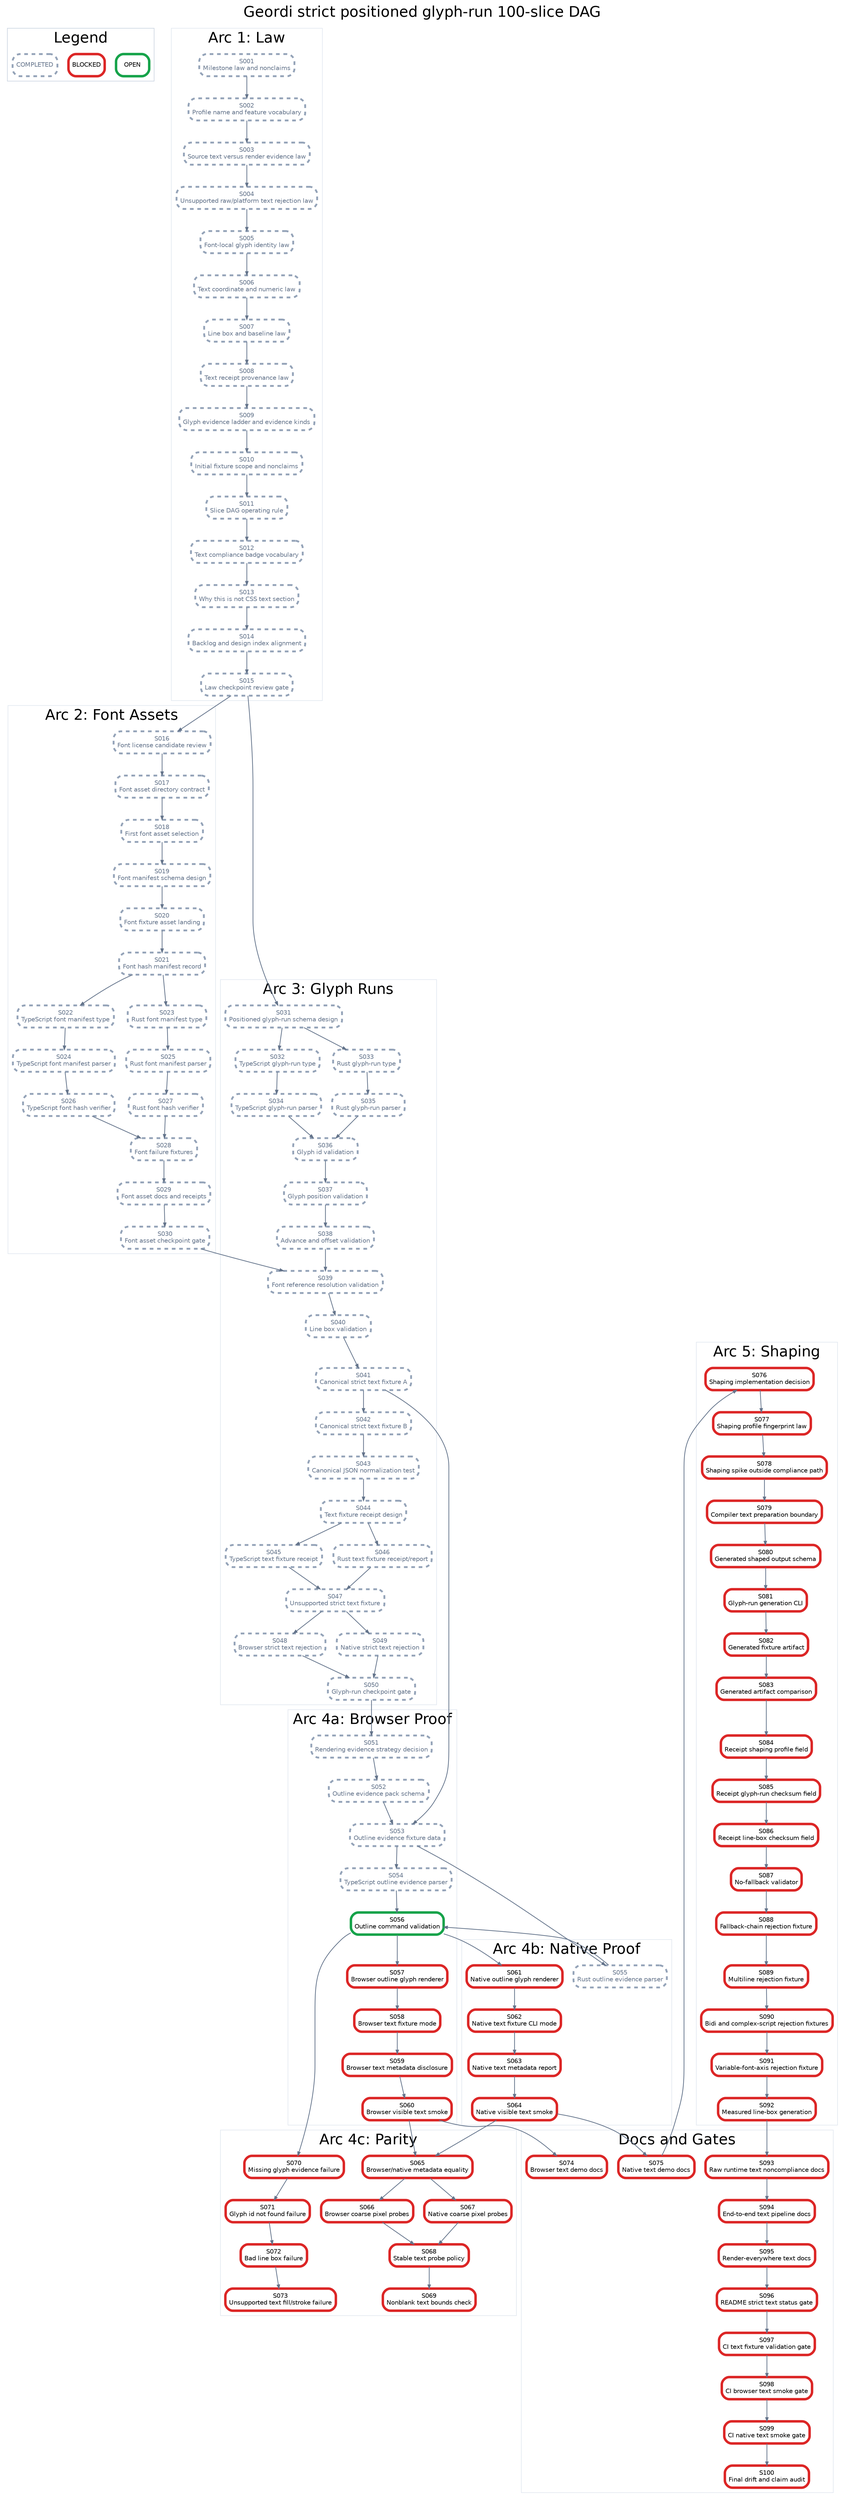
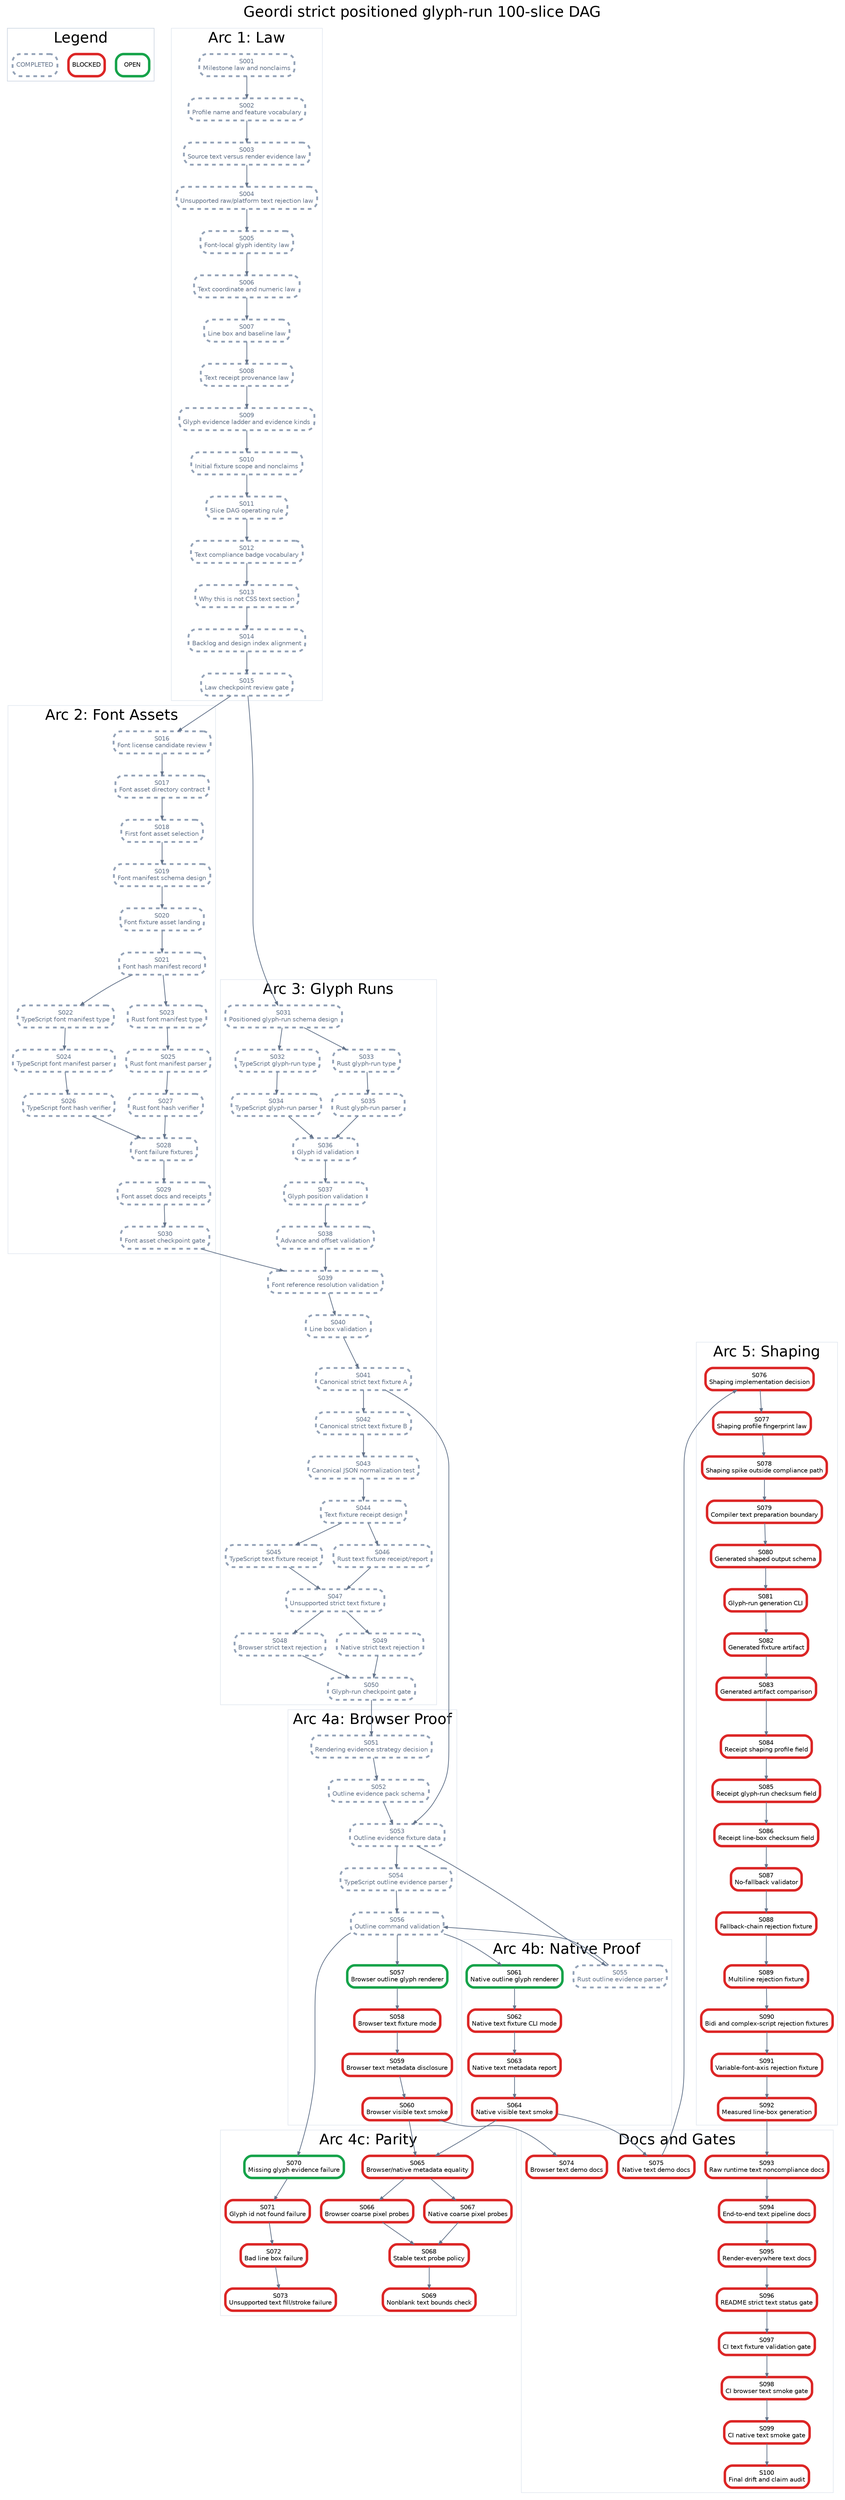
digraph StrictPositionedGlyphRunPlan {
  graph [rankdir=TB, bgcolor="white", fontname="Helvetica", label="Geordi strict positioned glyph-run 100-slice DAG", labelloc="t", fontsize=24];
  node [shape=box, style="rounded,filled", fillcolor="white", fontname="Helvetica", fontsize=10, margin="0.08,0.05"];
  edge [color="#64748b", arrowsize=0.6, penwidth=1.2];

  subgraph cluster_legend {
    label="Legend";
    color="#cbd5e1";
    legend_open [label="OPEN", color="#16a34a", penwidth=4];
    legend_blocked [label="BLOCKED", color="#dc2626", penwidth=4];
    legend_done [label="COMPLETED", color="#94a3b8", penwidth=3, style="rounded,filled,dashed", fontcolor="#64748b"];
  }

  subgraph cluster_law {
    label="Arc 1: Law";
    color="#e2e8f0";
    S001 [label="S001\nMilestone law and nonclaims", color="#94a3b8", penwidth=3, style="rounded,filled,dashed", fontcolor="#64748b"];
    S002 [label="S002\nProfile name and feature vocabulary", color="#94a3b8", penwidth=3, style="rounded,filled,dashed", fontcolor="#64748b"];
    S003 [label="S003\nSource text versus render evidence law", color="#94a3b8", penwidth=3, style="rounded,filled,dashed", fontcolor="#64748b"];
    S004 [label="S004\nUnsupported raw/platform text rejection law", color="#94a3b8", penwidth=3, style="rounded,filled,dashed", fontcolor="#64748b"];
    S005 [label="S005\nFont-local glyph identity law", color="#94a3b8", penwidth=3, style="rounded,filled,dashed", fontcolor="#64748b"];
    S006 [label="S006\nText coordinate and numeric law", color="#94a3b8", penwidth=3, style="rounded,filled,dashed", fontcolor="#64748b"];
    S007 [label="S007\nLine box and baseline law", color="#94a3b8", penwidth=3, style="rounded,filled,dashed", fontcolor="#64748b"];
    S008 [label="S008\nText receipt provenance law", color="#94a3b8", penwidth=3, style="rounded,filled,dashed", fontcolor="#64748b"];
    S009 [label="S009\nGlyph evidence ladder and evidence kinds", color="#94a3b8", penwidth=3, style="rounded,filled,dashed", fontcolor="#64748b"];
    S010 [label="S010\nInitial fixture scope and nonclaims", color="#94a3b8", penwidth=3, style="rounded,filled,dashed", fontcolor="#64748b"];
    S011 [label="S011\nSlice DAG operating rule", color="#94a3b8", penwidth=3, style="rounded,filled,dashed", fontcolor="#64748b"];
    S012 [label="S012\nText compliance badge vocabulary", color="#94a3b8", penwidth=3, style="rounded,filled,dashed", fontcolor="#64748b"];
    S013 [label="S013\nWhy this is not CSS text section", color="#94a3b8", penwidth=3, style="rounded,filled,dashed", fontcolor="#64748b"];
    S014 [label="S014\nBacklog and design index alignment", color="#94a3b8", penwidth=3, style="rounded,filled,dashed", fontcolor="#64748b"];
    S015 [label="S015\nLaw checkpoint review gate", color="#94a3b8", penwidth=3, style="rounded,filled,dashed", fontcolor="#64748b"];
  }

  subgraph cluster_assets {
    label="Arc 2: Font Assets";
    color="#e2e8f0";
    S016 [label="S016\nFont license candidate review", color="#94a3b8", penwidth=3, style="rounded,filled,dashed", fontcolor="#64748b"];
    S017 [label="S017\nFont asset directory contract", color="#94a3b8", penwidth=3, style="rounded,filled,dashed", fontcolor="#64748b"];
    S018 [label="S018\nFirst font asset selection", color="#94a3b8", penwidth=3, style="rounded,filled,dashed", fontcolor="#64748b"];
    S019 [label="S019\nFont manifest schema design", color="#94a3b8", penwidth=3, style="rounded,filled,dashed", fontcolor="#64748b"];
    S020 [label="S020\nFont fixture asset landing", color="#94a3b8", penwidth=3, style="rounded,filled,dashed", fontcolor="#64748b"];
    S021 [label="S021\nFont hash manifest record", color="#94a3b8", penwidth=3, style="rounded,filled,dashed", fontcolor="#64748b"];
    S022 [label="S022\nTypeScript font manifest type", color="#94a3b8", penwidth=3, style="rounded,filled,dashed", fontcolor="#64748b"];
    S023 [label="S023\nRust font manifest type", color="#94a3b8", penwidth=3, style="rounded,filled,dashed", fontcolor="#64748b"];
    S024 [label="S024\nTypeScript font manifest parser", color="#94a3b8", penwidth=3, style="rounded,filled,dashed", fontcolor="#64748b"];
    S025 [label="S025\nRust font manifest parser", color="#94a3b8", penwidth=3, style="rounded,filled,dashed", fontcolor="#64748b"];
    S026 [label="S026\nTypeScript font hash verifier", color="#94a3b8", penwidth=3, style="rounded,filled,dashed", fontcolor="#64748b"];
    S027 [label="S027\nRust font hash verifier", color="#94a3b8", penwidth=3, style="rounded,filled,dashed", fontcolor="#64748b"];
    S028 [label="S028\nFont failure fixtures", color="#94a3b8", penwidth=3, style="rounded,filled,dashed", fontcolor="#64748b"];
    S029 [label="S029\nFont asset docs and receipts", color="#94a3b8", penwidth=3, style="rounded,filled,dashed", fontcolor="#64748b"];
    S030 [label="S030\nFont asset checkpoint gate", color="#94a3b8", penwidth=3, style="rounded,filled,dashed", fontcolor="#64748b"];
  }

  subgraph cluster_glyph {
    label="Arc 3: Glyph Runs";
    color="#e2e8f0";
    S031 [label="S031\nPositioned glyph-run schema design", color="#94a3b8", penwidth=3, style="rounded,filled,dashed", fontcolor="#64748b"];
    S032 [label="S032\nTypeScript glyph-run type", color="#94a3b8", penwidth=3, style="rounded,filled,dashed", fontcolor="#64748b"];
    S033 [label="S033\nRust glyph-run type", color="#94a3b8", penwidth=3, style="rounded,filled,dashed", fontcolor="#64748b"];
    S034 [label="S034\nTypeScript glyph-run parser", color="#94a3b8", penwidth=3, style="rounded,filled,dashed", fontcolor="#64748b"];
    S035 [label="S035\nRust glyph-run parser", color="#94a3b8", penwidth=3, style="rounded,filled,dashed", fontcolor="#64748b"];
    S036 [label="S036\nGlyph id validation", color="#94a3b8", penwidth=3, style="rounded,filled,dashed", fontcolor="#64748b"];
    S037 [label="S037\nGlyph position validation", color="#94a3b8", penwidth=3, style="rounded,filled,dashed", fontcolor="#64748b"];
    S038 [label="S038\nAdvance and offset validation", color="#94a3b8", penwidth=3, style="rounded,filled,dashed", fontcolor="#64748b"];
    S039 [label="S039\nFont reference resolution validation", color="#94a3b8", penwidth=3, style="rounded,filled,dashed", fontcolor="#64748b"];
    S040 [label="S040\nLine box validation", color="#94a3b8", penwidth=3, style="rounded,filled,dashed", fontcolor="#64748b"];
    S041 [label="S041\nCanonical strict text fixture A", color="#94a3b8", penwidth=3, style="rounded,filled,dashed", fontcolor="#64748b"];
    S042 [label="S042\nCanonical strict text fixture B", color="#94a3b8", penwidth=3, style="rounded,filled,dashed", fontcolor="#64748b"];
    S043 [label="S043\nCanonical JSON normalization test", color="#94a3b8", penwidth=3, style="rounded,filled,dashed", fontcolor="#64748b"];
    S044 [label="S044\nText fixture receipt design", color="#94a3b8", penwidth=3, style="rounded,filled,dashed", fontcolor="#64748b"];
    S045 [label="S045\nTypeScript text fixture receipt", color="#94a3b8", penwidth=3, style="rounded,filled,dashed", fontcolor="#64748b"];
    S046 [label="S046\nRust text fixture receipt/report", color="#94a3b8", penwidth=3, style="rounded,filled,dashed", fontcolor="#64748b"];
    S047 [label="S047\nUnsupported strict text fixture", color="#94a3b8", penwidth=3, style="rounded,filled,dashed", fontcolor="#64748b"];
    S048 [label="S048\nBrowser strict text rejection", color="#94a3b8", penwidth=3, style="rounded,filled,dashed", fontcolor="#64748b"];
    S049 [label="S049\nNative strict text rejection", color="#94a3b8", penwidth=3, style="rounded,filled,dashed", fontcolor="#64748b"];
    S050 [label="S050\nGlyph-run checkpoint gate", color="#94a3b8", penwidth=3, style="rounded,filled,dashed", fontcolor="#64748b"];
  }

  subgraph cluster_browser {
    label="Arc 4a: Browser Proof";
    color="#e2e8f0";
    S051 [label="S051\nRendering evidence strategy decision", color="#94a3b8", penwidth=3, style="rounded,filled,dashed", fontcolor="#64748b"];
    S052 [label="S052\nOutline evidence pack schema", color="#94a3b8", penwidth=3, style="rounded,filled,dashed", fontcolor="#64748b"];
    S053 [label="S053\nOutline evidence fixture data", color="#94a3b8", penwidth=3, style="rounded,filled,dashed", fontcolor="#64748b"];
    S054 [label="S054\nTypeScript outline evidence parser", color="#94a3b8", penwidth=3, style="rounded,filled,dashed", fontcolor="#64748b"];
-     S056 [label="S056\nOutline command validation", color="#16a34a", penwidth=4];
-     S057 [label="S057\nBrowser outline glyph renderer", color="#dc2626", penwidth=4];
+     S056 [label="S056\nOutline command validation", color="#94a3b8", penwidth=3, style="rounded,filled,dashed", fontcolor="#64748b"];
+     S057 [label="S057\nBrowser outline glyph renderer", color="#16a34a", penwidth=4];
    S058 [label="S058\nBrowser text fixture mode", color="#dc2626", penwidth=4];
    S059 [label="S059\nBrowser text metadata disclosure", color="#dc2626", penwidth=4];
    S060 [label="S060\nBrowser visible text smoke", color="#dc2626", penwidth=4];
  }

  subgraph cluster_native {
    label="Arc 4b: Native Proof";
    color="#e2e8f0";
    S055 [label="S055\nRust outline evidence parser", color="#94a3b8", penwidth=3, style="rounded,filled,dashed", fontcolor="#64748b"];
-     S061 [label="S061\nNative outline glyph renderer", color="#dc2626", penwidth=4];
+     S061 [label="S061\nNative outline glyph renderer", color="#16a34a", penwidth=4];
    S062 [label="S062\nNative text fixture CLI mode", color="#dc2626", penwidth=4];
    S063 [label="S063\nNative text metadata report", color="#dc2626", penwidth=4];
    S064 [label="S064\nNative visible text smoke", color="#dc2626", penwidth=4];
  }

  subgraph cluster_parity {
    label="Arc 4c: Parity";
    color="#e2e8f0";
    S065 [label="S065\nBrowser/native metadata equality", color="#dc2626", penwidth=4];
    S066 [label="S066\nBrowser coarse pixel probes", color="#dc2626", penwidth=4];
    S067 [label="S067\nNative coarse pixel probes", color="#dc2626", penwidth=4];
    S068 [label="S068\nStable text probe policy", color="#dc2626", penwidth=4];
    S069 [label="S069\nNonblank text bounds check", color="#dc2626", penwidth=4];
-     S070 [label="S070\nMissing glyph evidence failure", color="#dc2626", penwidth=4];
+     S070 [label="S070\nMissing glyph evidence failure", color="#16a34a", penwidth=4];
    S071 [label="S071\nGlyph id not found failure", color="#dc2626", penwidth=4];
    S072 [label="S072\nBad line box failure", color="#dc2626", penwidth=4];
    S073 [label="S073\nUnsupported text fill/stroke failure", color="#dc2626", penwidth=4];
  }

  subgraph cluster_shaping {
    label="Arc 5: Shaping";
    color="#e2e8f0";
    S076 [label="S076\nShaping implementation decision", color="#dc2626", penwidth=4];
    S077 [label="S077\nShaping profile fingerprint law", color="#dc2626", penwidth=4];
    S078 [label="S078\nShaping spike outside compliance path", color="#dc2626", penwidth=4];
    S079 [label="S079\nCompiler text preparation boundary", color="#dc2626", penwidth=4];
    S080 [label="S080\nGenerated shaped output schema", color="#dc2626", penwidth=4];
    S081 [label="S081\nGlyph-run generation CLI", color="#dc2626", penwidth=4];
    S082 [label="S082\nGenerated fixture artifact", color="#dc2626", penwidth=4];
    S083 [label="S083\nGenerated artifact comparison", color="#dc2626", penwidth=4];
    S084 [label="S084\nReceipt shaping profile field", color="#dc2626", penwidth=4];
    S085 [label="S085\nReceipt glyph-run checksum field", color="#dc2626", penwidth=4];
    S086 [label="S086\nReceipt line-box checksum field", color="#dc2626", penwidth=4];
    S087 [label="S087\nNo-fallback validator", color="#dc2626", penwidth=4];
    S088 [label="S088\nFallback-chain rejection fixture", color="#dc2626", penwidth=4];
    S089 [label="S089\nMultiline rejection fixture", color="#dc2626", penwidth=4];
    S090 [label="S090\nBidi and complex-script rejection fixtures", color="#dc2626", penwidth=4];
    S091 [label="S091\nVariable-font-axis rejection fixture", color="#dc2626", penwidth=4];
    S092 [label="S092\nMeasured line-box generation", color="#dc2626", penwidth=4];
  }

  subgraph cluster_docs {
    label="Docs and Gates";
    color="#e2e8f0";
    S074 [label="S074\nBrowser text demo docs", color="#dc2626", penwidth=4];
    S075 [label="S075\nNative text demo docs", color="#dc2626", penwidth=4];
    S093 [label="S093\nRaw runtime text noncompliance docs", color="#dc2626", penwidth=4];
    S094 [label="S094\nEnd-to-end text pipeline docs", color="#dc2626", penwidth=4];
    S095 [label="S095\nRender-everywhere text docs", color="#dc2626", penwidth=4];
    S096 [label="S096\nREADME strict text status gate", color="#dc2626", penwidth=4];
    S097 [label="S097\nCI text fixture validation gate", color="#dc2626", penwidth=4];
    S098 [label="S098\nCI browser text smoke gate", color="#dc2626", penwidth=4];
    S099 [label="S099\nCI native text smoke gate", color="#dc2626", penwidth=4];
    S100 [label="S100\nFinal drift and claim audit", color="#dc2626", penwidth=4];
  }

  S001 -> S002;
  S002 -> S003;
  S003 -> S004;
  S004 -> S005;
  S005 -> S006;
  S006 -> S007;
  S007 -> S008;
  S008 -> S009;
  S009 -> S010;
  S010 -> S011;
  S011 -> S012;
  S012 -> S013;
  S013 -> S014;
  S014 -> S015;
  S015 -> S016;
  S016 -> S017;
  S017 -> S018;
  S018 -> S019;
  S019 -> S020;
  S020 -> S021;
  S021 -> S022;
  S021 -> S023;
  S022 -> S024;
  S023 -> S025;
  S024 -> S026;
  S025 -> S027;
  S026 -> S028;
  S027 -> S028;
  S028 -> S029;
  S029 -> S030;
  S015 -> S031;
  S031 -> S032;
  S031 -> S033;
  S032 -> S034;
  S033 -> S035;
  S034 -> S036;
  S035 -> S036;
  S036 -> S037;
  S037 -> S038;
  S038 -> S039;
  S039 -> S040;
  S030 -> S039;
  S040 -> S041;
  S041 -> S042;
  S042 -> S043;
  S043 -> S044;
  S044 -> S045;
  S044 -> S046;
  S045 -> S047;
  S046 -> S047;
  S047 -> S048;
  S047 -> S049;
  S048 -> S050;
  S049 -> S050;
  S050 -> S051;
  S051 -> S052;
  S052 -> S053;
  S041 -> S053;
  S053 -> S054;
  S053 -> S055;
  S054 -> S056;
  S055 -> S056;
  S056 -> S057;
  S057 -> S058;
  S058 -> S059;
  S059 -> S060;
  S056 -> S061;
  S061 -> S062;
  S062 -> S063;
  S063 -> S064;
  S060 -> S065;
  S064 -> S065;
  S065 -> S066;
  S065 -> S067;
  S066 -> S068;
  S067 -> S068;
  S068 -> S069;
  S056 -> S070;
  S070 -> S071;
  S071 -> S072;
  S072 -> S073;
  S060 -> S074;
  S064 -> S075;
  S075 -> S076;
  S076 -> S077;
  S077 -> S078;
  S078 -> S079;
  S079 -> S080;
  S080 -> S081;
  S081 -> S082;
  S082 -> S083;
  S083 -> S084;
  S084 -> S085;
  S085 -> S086;
  S086 -> S087;
  S087 -> S088;
  S088 -> S089;
  S089 -> S090;
  S090 -> S091;
  S091 -> S092;
  S092 -> S093;
  S093 -> S094;
  S094 -> S095;
  S095 -> S096;
  S096 -> S097;
  S097 -> S098;
  S098 -> S099;
  S099 -> S100;
}
